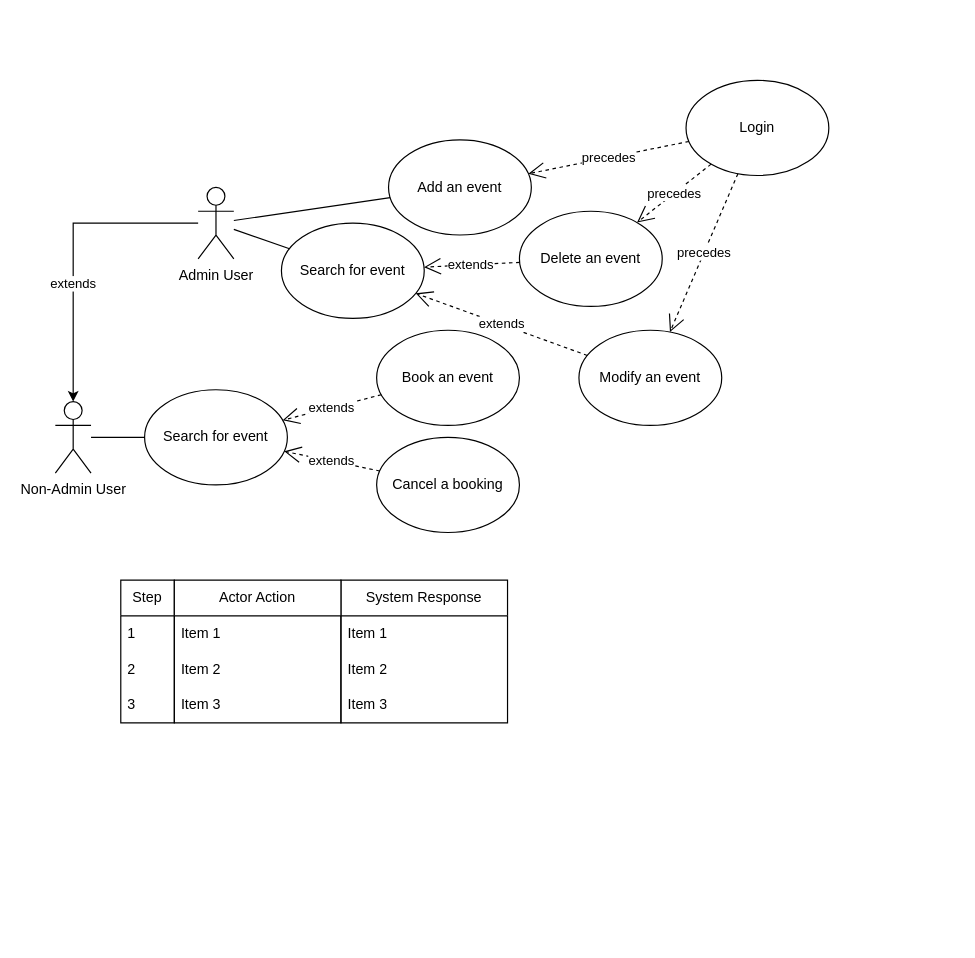
Above: MusicVenueUseCaseDiagram.drawio in olliegroth/Object-Oriented-Design-And-Development (draw.io), before the change. Source tidied: cells renumbered, new cells numbered last; positions are measured from the earlier drawing's top-left corner, leaving out a move shared by most shapes. Both pictures are drawn from the tidied source at 119%, with x=0, y=0 at pixel (55, 80).
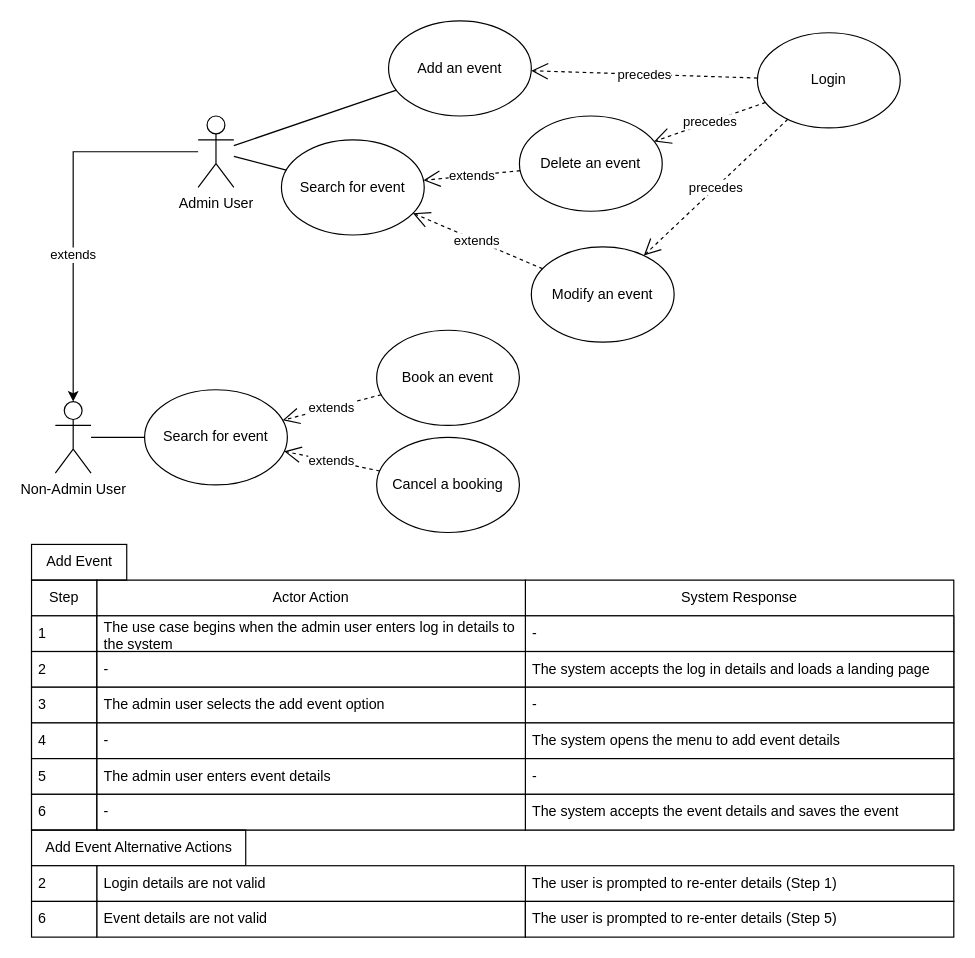
Above is the later version.

The edit, as a diff of the source:
```diff
@@
     <mxCell id="3" value="Admin User" style="shape=umlActor;verticalLabelPosition=bottom;verticalAlign=top;html=1;outlineConnect=0;" parent="1" vertex="1">
-      <mxGeometry x="120" y="90" width="30" height="60" as="geometry" />
+      <mxGeometry x="120" y="30" width="30" height="60" as="geometry" />
     </mxCell>
@@
     <mxCell id="6" value="Modify an event" style="ellipse;whiteSpace=wrap;html=1;" parent="1" vertex="1">
-      <mxGeometry x="440" y="210" width="120" height="80" as="geometry" />
+      <mxGeometry x="400" y="140" width="120" height="80" as="geometry" />
     </mxCell>
@@
     <mxCell id="8" value="Delete an event" style="ellipse;whiteSpace=wrap;html=1;" parent="1" vertex="1">
-      <mxGeometry x="390" y="110" width="120" height="80" as="geometry" />
+      <mxGeometry x="390" y="30" width="120" height="80" as="geometry" />
     </mxCell>
     <mxCell id="9" value="Add an event" style="ellipse;whiteSpace=wrap;html=1;" parent="1" vertex="1">
-      <mxGeometry x="280" y="50" width="120" height="80" as="geometry" />
+      <mxGeometry x="280" y="-50" width="120" height="80" as="geometry" />
     </mxCell>
@@
     <mxCell id="11" value="Login" style="ellipse;whiteSpace=wrap;html=1;" parent="1" vertex="1">
-      <mxGeometry x="530" width="120" height="80" as="geometry" />
+      <mxGeometry x="590" y="-40" width="120" height="80" as="geometry" />
     </mxCell>
@@
     <mxCell id="20" value="Search for event" style="ellipse;whiteSpace=wrap;html=1;" parent="1" vertex="1">
-      <mxGeometry x="190" y="120" width="120" height="80" as="geometry" />
+      <mxGeometry x="190" y="50" width="120" height="80" as="geometry" />
     </mxCell>
@@
-    <mxCell id="23" value="Step" style="swimlane;fontStyle=0;horizontal=1;startSize=30;whiteSpace=wrap;html=1;" parent="1" vertex="1">
-      <mxGeometry x="55" y="420" width="45" height="120" as="geometry" />
+    <mxCell id="23" value="Step" style="swimlane;fontStyle=0;horizontal=1;startSize=30;whiteSpace=wrap;html=1;fillColor=#FFFFFF;strokeColor=#000000;" parent="1" vertex="1">
+      <mxGeometry x="-20" y="420" width="55" height="210" as="geometry" />
     </mxCell>
-    <mxCell id="24" value="1" style="text;strokeColor=none;fillColor=none;align=left;verticalAlign=middle;spacingLeft=4;spacingRight=4;overflow=hidden;whiteSpace=wrap;html=1;" parent="23" vertex="1">
-      <mxGeometry y="30" width="45" height="30" as="geometry" />
+    <mxCell id="24" value="1" style="text;strokeColor=#000000;fillColor=#FFFFFF;align=left;verticalAlign=middle;spacingLeft=4;spacingRight=4;overflow=hidden;whiteSpace=wrap;html=1;" parent="23" vertex="1">
+      <mxGeometry y="30" width="55" height="30" as="geometry" />
     </mxCell>
-    <mxCell id="25" value="2" style="text;strokeColor=none;fillColor=none;align=left;verticalAlign=middle;spacingLeft=4;spacingRight=4;overflow=hidden;whiteSpace=wrap;html=1;" parent="23" vertex="1">
-      <mxGeometry y="60" width="45" height="30" as="geometry" />
+    <mxCell id="25" value="2" style="text;strokeColor=#000000;fillColor=#FFFFFF;align=left;verticalAlign=middle;spacingLeft=4;spacingRight=4;overflow=hidden;whiteSpace=wrap;html=1;" parent="23" vertex="1">
+      <mxGeometry y="60" width="55" height="30" as="geometry" />
     </mxCell>
-    <mxCell id="26" value="3" style="text;strokeColor=none;fillColor=none;align=left;verticalAlign=middle;spacingLeft=4;spacingRight=4;overflow=hidden;whiteSpace=wrap;html=1;" parent="23" vertex="1">
-      <mxGeometry y="90" width="45" height="30" as="geometry" />
+    <mxCell id="26" value="3" style="text;strokeColor=#000000;fillColor=#FFFFFF;align=left;verticalAlign=middle;spacingLeft=4;spacingRight=4;overflow=hidden;whiteSpace=wrap;html=1;" parent="23" vertex="1">
+      <mxGeometry y="90" width="55" height="30" as="geometry" />
     </mxCell>
+    <mxCell id="35" value="4" style="text;strokeColor=#000000;fillColor=#FFFFFF;align=left;verticalAlign=middle;spacingLeft=4;spacingRight=4;overflow=hidden;whiteSpace=wrap;html=1;" parent="23" vertex="1">
+      <mxGeometry y="120" width="55" height="30" as="geometry" />
+    </mxCell>
+    <mxCell id="36" value="5" style="text;strokeColor=#000000;fillColor=#FFFFFF;align=left;verticalAlign=middle;spacingLeft=4;spacingRight=4;overflow=hidden;whiteSpace=wrap;html=1;" parent="23" vertex="1">
+      <mxGeometry y="150" width="55" height="30" as="geometry" />
+    </mxCell>
+    <mxCell id="37" value="6" style="text;strokeColor=#000000;fillColor=#FFFFFF;align=left;verticalAlign=middle;spacingLeft=4;spacingRight=4;overflow=hidden;whiteSpace=wrap;html=1;" parent="23" vertex="1">
+      <mxGeometry y="180" width="55" height="30" as="geometry" />
+    </mxCell>
-    <mxCell id="27" value="System Response" style="swimlane;fontStyle=0;horizontal=1;startSize=30;whiteSpace=wrap;html=1;" parent="1" vertex="1">
-      <mxGeometry x="240" y="420" width="140" height="120" as="geometry" />
+    <mxCell id="27" value="System Response" style="swimlane;fontStyle=0;horizontal=1;startSize=30;whiteSpace=wrap;html=1;fillColor=#FFFFFF;strokeColor=#000000;" parent="1" vertex="1">
+      <mxGeometry x="395" y="420" width="360" height="210" as="geometry" />
     </mxCell>
-    <mxCell id="28" value="Item 1" style="text;strokeColor=none;fillColor=none;align=left;verticalAlign=middle;spacingLeft=4;spacingRight=4;overflow=hidden;whiteSpace=wrap;html=1;" parent="27" vertex="1">
-      <mxGeometry y="30" width="140" height="30" as="geometry" />
+    <mxCell id="28" value="-" style="text;strokeColor=#000000;fillColor=#FFFFFF;align=left;verticalAlign=middle;spacingLeft=4;spacingRight=4;overflow=hidden;whiteSpace=wrap;html=1;" parent="27" vertex="1">
+      <mxGeometry y="30" width="360" height="30" as="geometry" />
     </mxCell>
-    <mxCell id="29" value="Item 2" style="text;strokeColor=none;fillColor=none;align=left;verticalAlign=middle;spacingLeft=4;spacingRight=4;overflow=hidden;whiteSpace=wrap;html=1;" parent="27" vertex="1">
-      <mxGeometry y="60" width="140" height="30" as="geometry" />
+    <mxCell id="29" value="The system accepts the log in details and loads a landing page" style="text;strokeColor=#000000;fillColor=#FFFFFF;align=left;verticalAlign=middle;spacingLeft=4;spacingRight=4;overflow=hidden;whiteSpace=wrap;html=1;" parent="27" vertex="1">
+      <mxGeometry y="60" width="360" height="30" as="geometry" />
     </mxCell>
+    <mxCell id="38" value="-" style="text;strokeColor=#000000;fillColor=#FFFFFF;align=left;verticalAlign=middle;spacingLeft=4;spacingRight=4;overflow=hidden;whiteSpace=wrap;html=1;" parent="27" vertex="1">
+      <mxGeometry y="90" width="360" height="30" as="geometry" />
+    </mxCell>
+    <mxCell id="39" value="The system opens the menu to add event details" style="text;strokeColor=#000000;fillColor=#FFFFFF;align=left;verticalAlign=middle;spacingLeft=4;spacingRight=4;overflow=hidden;whiteSpace=wrap;html=1;" parent="27" vertex="1">
+      <mxGeometry y="120" width="360" height="30" as="geometry" />
+    </mxCell>
+    <mxCell id="40" value="-" style="text;strokeColor=#000000;fillColor=#FFFFFF;align=left;verticalAlign=middle;spacingLeft=4;spacingRight=4;overflow=hidden;whiteSpace=wrap;html=1;" parent="27" vertex="1">
+      <mxGeometry y="150" width="360" height="30" as="geometry" />
+    </mxCell>
-    <mxCell id="30" value="Item 3" style="text;strokeColor=none;fillColor=none;align=left;verticalAlign=middle;spacingLeft=4;spacingRight=4;overflow=hidden;whiteSpace=wrap;html=1;" parent="27" vertex="1">
-      <mxGeometry y="90" width="140" height="30" as="geometry" />
+    <mxCell id="30" value="The system accepts the event details and saves the event" style="text;strokeColor=#000000;fillColor=#FFFFFF;align=left;verticalAlign=middle;spacingLeft=4;spacingRight=4;overflow=hidden;whiteSpace=wrap;html=1;" parent="27" vertex="1">
+      <mxGeometry y="180" width="360" height="30" as="geometry" />
     </mxCell>
-    <mxCell id="31" value="Actor Action" style="swimlane;fontStyle=0;horizontal=1;startSize=30;whiteSpace=wrap;html=1;" parent="1" vertex="1">
-      <mxGeometry x="100" y="420" width="140" height="120" as="geometry" />
+    <mxCell id="31" value="Actor Action" style="swimlane;fontStyle=0;horizontal=1;startSize=30;whiteSpace=wrap;html=1;fillColor=#FFFFFF;strokeColor=#000000;" parent="1" vertex="1">
+      <mxGeometry x="35" y="420" width="360" height="210" as="geometry" />
     </mxCell>
-    <mxCell id="32" value="Item 1" style="text;strokeColor=none;fillColor=none;align=left;verticalAlign=middle;spacingLeft=4;spacingRight=4;overflow=hidden;whiteSpace=wrap;html=1;" parent="31" vertex="1">
-      <mxGeometry y="30" width="140" height="30" as="geometry" />
+    <mxCell id="32" value="The use case begins when the admin user enters log in details to the system" style="text;strokeColor=#000000;fillColor=#FFFFFF;align=left;verticalAlign=middle;spacingLeft=4;spacingRight=4;overflow=hidden;whiteSpace=wrap;html=1;" parent="31" vertex="1">
+      <mxGeometry y="30" width="360" height="30" as="geometry" />
     </mxCell>
-    <mxCell id="33" value="Item 2" style="text;strokeColor=none;fillColor=none;align=left;verticalAlign=middle;spacingLeft=4;spacingRight=4;overflow=hidden;whiteSpace=wrap;html=1;" parent="31" vertex="1">
-      <mxGeometry y="60" width="140" height="30" as="geometry" />
+    <mxCell id="33" value="-" style="text;strokeColor=#000000;fillColor=#FFFFFF;align=left;verticalAlign=middle;spacingLeft=4;spacingRight=4;overflow=hidden;whiteSpace=wrap;html=1;" parent="31" vertex="1">
+      <mxGeometry y="60" width="360" height="30" as="geometry" />
     </mxCell>
-    <mxCell id="34" value="Item 3" style="text;strokeColor=none;fillColor=none;align=left;verticalAlign=middle;spacingLeft=4;spacingRight=4;overflow=hidden;whiteSpace=wrap;html=1;" parent="31" vertex="1">
-      <mxGeometry y="90" width="140" height="30" as="geometry" />
+    <mxCell id="34" value="The admin user selects the add event option" style="text;strokeColor=#000000;fillColor=#FFFFFF;align=left;verticalAlign=middle;spacingLeft=4;spacingRight=4;overflow=hidden;whiteSpace=wrap;html=1;" parent="31" vertex="1">
+      <mxGeometry y="90" width="360" height="30" as="geometry" />
     </mxCell>
+    <mxCell id="41" value="-" style="text;strokeColor=#000000;fillColor=#FFFFFF;align=left;verticalAlign=middle;spacingLeft=4;spacingRight=4;overflow=hidden;whiteSpace=wrap;html=1;" parent="31" vertex="1">
+      <mxGeometry y="120" width="360" height="30" as="geometry" />
+    </mxCell>
+    <mxCell id="42" value="The admin user enters event details" style="text;strokeColor=#000000;fillColor=#FFFFFF;align=left;verticalAlign=middle;spacingLeft=4;spacingRight=4;overflow=hidden;whiteSpace=wrap;html=1;" parent="31" vertex="1">
+      <mxGeometry y="150" width="360" height="30" as="geometry" />
+    </mxCell>
+    <mxCell id="43" value="-" style="text;strokeColor=#000000;fillColor=#FFFFFF;align=left;verticalAlign=middle;spacingLeft=4;spacingRight=4;overflow=hidden;whiteSpace=wrap;html=1;" parent="31" vertex="1">
+      <mxGeometry y="180" width="360" height="30" as="geometry" />
+    </mxCell>
+    <mxCell id="44" value="Add Event" style="text;html=1;align=center;verticalAlign=middle;strokeColor=#000000;fillColor=none;" parent="1" vertex="1">
+      <mxGeometry x="-20" y="390" width="80" height="30" as="geometry" />
+    </mxCell>
+    <mxCell id="45" value="Add Event Alternative Actions" style="text;html=1;align=center;verticalAlign=middle;strokeColor=#000000;fillColor=none;" parent="1" vertex="1">
+      <mxGeometry x="-20" y="630" width="180" height="30" as="geometry" />
+    </mxCell>
+    <mxCell id="46" value="2" style="text;strokeColor=#000000;fillColor=#FFFFFF;align=left;verticalAlign=middle;spacingLeft=4;spacingRight=4;overflow=hidden;whiteSpace=wrap;html=1;" parent="1" vertex="1">
+      <mxGeometry x="-20" y="660" width="55" height="30" as="geometry" />
+    </mxCell>
+    <mxCell id="47" value="6" style="text;strokeColor=#000000;fillColor=#FFFFFF;align=left;verticalAlign=middle;spacingLeft=4;spacingRight=4;overflow=hidden;whiteSpace=wrap;html=1;" parent="1" vertex="1">
+      <mxGeometry x="-20" y="690" width="55" height="30" as="geometry" />
+    </mxCell>
+    <mxCell id="48" value="The user is prompted to re-enter details (Step 1)" style="text;strokeColor=#000000;fillColor=#FFFFFF;align=left;verticalAlign=middle;spacingLeft=4;spacingRight=4;overflow=hidden;whiteSpace=wrap;html=1;" parent="1" vertex="1">
+      <mxGeometry x="395" y="660" width="360" height="30" as="geometry" />
+    </mxCell>
+    <mxCell id="49" value="Login details are not valid" style="text;strokeColor=#000000;fillColor=#FFFFFF;align=left;verticalAlign=middle;spacingLeft=4;spacingRight=4;overflow=hidden;whiteSpace=wrap;html=1;" parent="1" vertex="1">
+      <mxGeometry x="35" y="660" width="360" height="30" as="geometry" />
+    </mxCell>
+    <mxCell id="50" value="Event details are not valid" style="text;strokeColor=#000000;fillColor=#FFFFFF;align=left;verticalAlign=middle;spacingLeft=4;spacingRight=4;overflow=hidden;whiteSpace=wrap;html=1;" parent="1" vertex="1">
+      <mxGeometry x="35" y="690" width="360" height="30" as="geometry" />
+    </mxCell>
+    <mxCell id="51" value="The user is prompted to re-enter details (Step 5)" style="text;strokeColor=#000000;fillColor=#FFFFFF;align=left;verticalAlign=middle;spacingLeft=4;spacingRight=4;overflow=hidden;whiteSpace=wrap;html=1;" parent="1" vertex="1">
+      <mxGeometry x="395" y="690" width="360" height="30" as="geometry" />
+    </mxCell>
```
